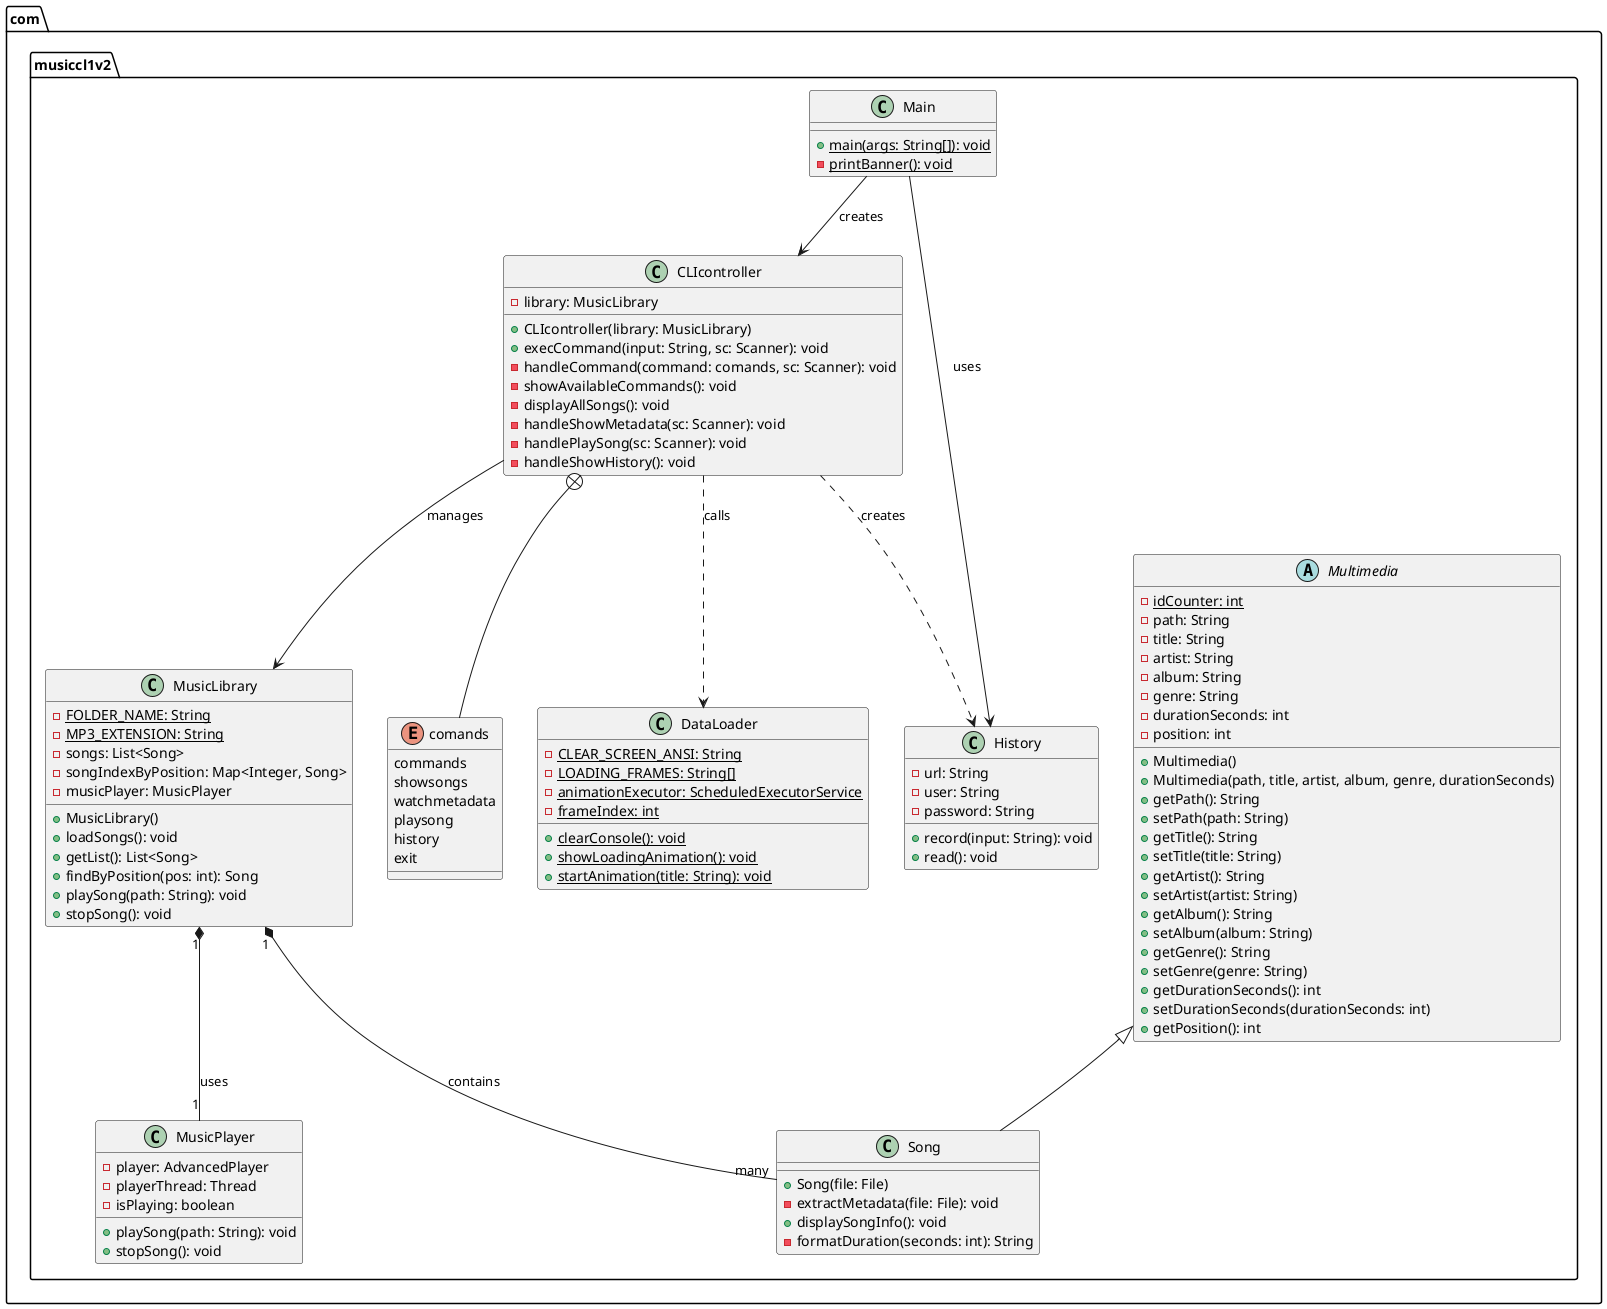
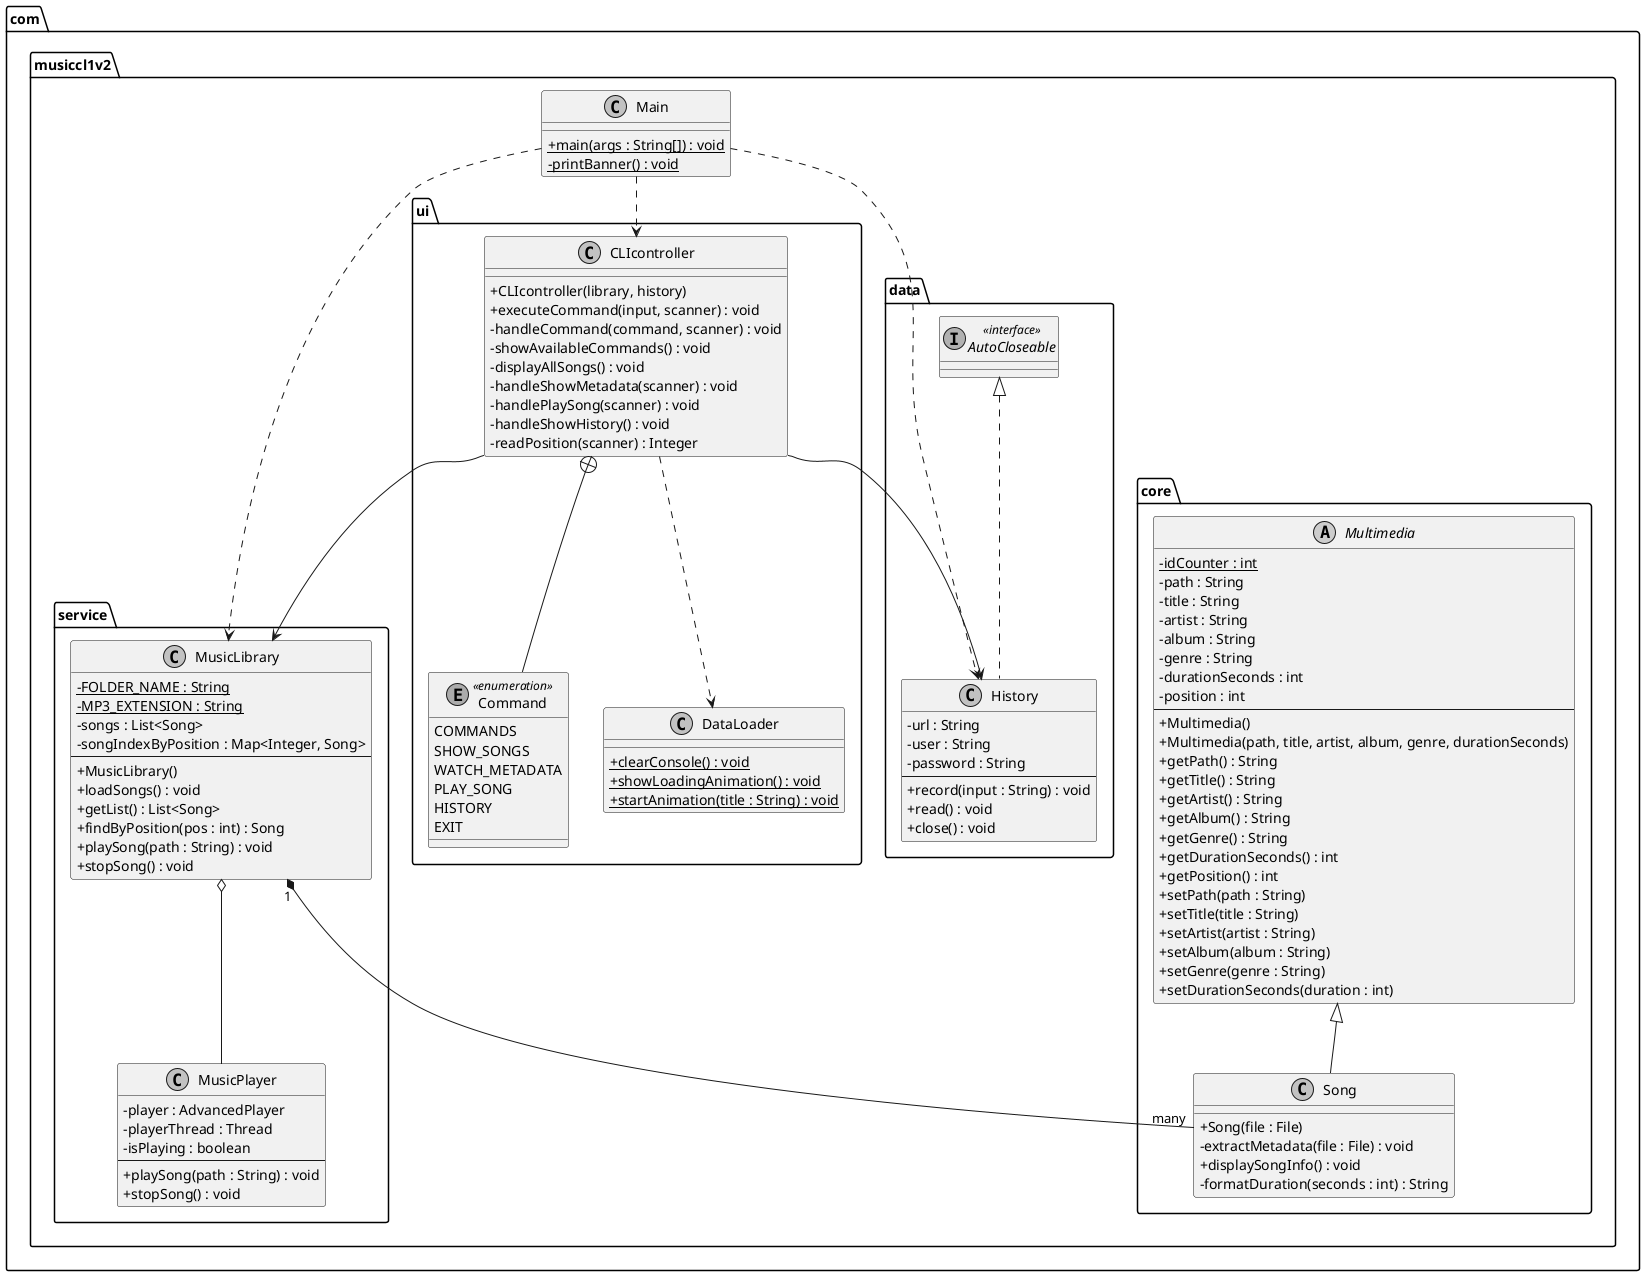
@startuml
- package com.musiccl1v2 {
+ skinparam classAttributeIconSize 0
+ skinparam monochrome true
+ skinparam shadowing false

+ package "com.musiccl1v2.core" {
    abstract class Multimedia {
-         - {static} idCounter: int
-         - path: String
-         - title: String
-         - artist: String
-         - album: String
-         - genre: String
-         - durationSeconds: int
-         - position: int
+         - {static} idCounter : int
+         - path : String
+         - title : String
+         - artist : String
+         - album : String
+         - genre : String
+         - durationSeconds : int
+         - position : int
+         --
        + Multimedia()
        + Multimedia(path, title, artist, album, genre, durationSeconds)
-         + getPath(): String
-         + setPath(path: String)
-         + getTitle(): String
-         + setTitle(title: String)
-         + getArtist(): String
-         + setArtist(artist: String)
-         + getAlbum(): String
-         + setAlbum(album: String)
-         + getGenre(): String
-         + setGenre(genre: String)
-         + getDurationSeconds(): int
-         + setDurationSeconds(durationSeconds: int)
-         + getPosition(): int
+         + getPath() : String
+         + getTitle() : String
+         + getArtist() : String
+         + getAlbum() : String
+         + getGenre() : String
+         + getDurationSeconds() : int
+         + getPosition() : int
+         + setPath(path : String)
+         + setTitle(title : String)
+         + setArtist(artist : String)
+         + setAlbum(album : String)
+         + setGenre(genre : String)
+         + setDurationSeconds(duration : int)
    }

    class Song {
-         + Song(file: File)
-         - extractMetadata(file: File): void
-         + displaySongInfo(): void
-         - formatDuration(seconds: int): String
+         + Song(file : File)
+         - extractMetadata(file : File) : void
+         + displaySongInfo() : void
+         - formatDuration(seconds : int) : String
    }

+     Multimedia <|-- Song
+ }
+ 
+ package "com.musiccl1v2.data" {
+     class History {
+         - url : String
+         - user : String
+         - password : String
+         --
+         + record(input : String) : void
+         + read() : void
+         + close() : void
+     }
+     interface AutoCloseable <<interface>>
+     AutoCloseable <|.. History
+ }
+ 
+ package "com.musiccl1v2.service" {
    class MusicLibrary {
-         - {static} FOLDER_NAME: String
-         - {static} MP3_EXTENSION: String
-         - songs: List<Song>
-         - songIndexByPosition: Map<Integer, Song>
-         - musicPlayer: MusicPlayer
+         - {static} FOLDER_NAME : String
+         - {static} MP3_EXTENSION : String
+         - songs : List<Song>
+         - songIndexByPosition : Map<Integer, Song>
+         --
        + MusicLibrary()
-         + loadSongs(): void
-         + getList(): List<Song>
-         + findByPosition(pos: int): Song
-         + playSong(path: String): void
-         + stopSong(): void
+         + loadSongs() : void
+         + getList() : List<Song>
+         + findByPosition(pos : int) : Song
+         + playSong(path : String) : void
+         + stopSong() : void
    }

    class MusicPlayer {
-         - player: AdvancedPlayer
-         - playerThread: Thread
-         - isPlaying: boolean
-         + playSong(path: String): void
-         + stopSong(): void
+         - player : AdvancedPlayer
+         - playerThread : Thread
+         - isPlaying : boolean
+         --
+         + playSong(path : String) : void
+         + stopSong() : void
    }

+     MusicLibrary o-- MusicPlayer
+     MusicLibrary "1" *-- "many" com.musiccl1v2.core.Song
+ }
+ 
+ package "com.musiccl1v2.ui" {
    class CLIcontroller {
-         - library: MusicLibrary
-         + CLIcontroller(library: MusicLibrary)
-         + execCommand(input: String, sc: Scanner): void
-         - handleCommand(command: comands, sc: Scanner): void
-         - showAvailableCommands(): void
-         - displayAllSongs(): void
-         - handleShowMetadata(sc: Scanner): void
-         - handlePlaySong(sc: Scanner): void
-         - handleShowHistory(): void
+         + CLIcontroller(library, history)
+         + executeCommand(input, scanner) : void
+         - handleCommand(command, scanner) : void
+         - showAvailableCommands() : void
+         - displayAllSongs() : void
+         - handleShowMetadata(scanner) : void
+         - handlePlaySong(scanner) : void
+         - handleShowHistory() : void
+         - readPosition(scanner) : Integer
    }

-     enum comands {
-         commands
-         showsongs
-         watchmetadata
-         playsong
-         history
-         exit
-     }
- 
-     class History {
-         - url: String
-         - user: String
-         - password: String
-         + record(input: String): void
-         + read(): void
+     enum Command <<enumeration>> {
+         COMMANDS
+         SHOW_SONGS
+         WATCH_METADATA
+         PLAY_SONG
+         HISTORY
+         EXIT
    }

    class DataLoader {
-         - {static} CLEAR_SCREEN_ANSI: String
-         - {static} LOADING_FRAMES: String[]
-         - {static} animationExecutor: ScheduledExecutorService
-         - {static} frameIndex: int
-         + {static} clearConsole(): void
-         + {static} showLoadingAnimation(): void
-         + {static} startAnimation(title: String): void
+         + {static} clearConsole() : void
+         + {static} showLoadingAnimation() : void
+         + {static} startAnimation(title : String) : void
    }

+     CLIcontroller +-- Command
+     CLIcontroller --> com.musiccl1v2.service.MusicLibrary
+     CLIcontroller --> com.musiccl1v2.data.History
+     CLIcontroller ..> DataLoader
+ }
+ 
+ package "com.musiccl1v2" {
    class Main {
-         + {static} main(args: String[]): void
-         - {static} printBanner(): void
+         + {static} main(args : String[]) : void
+         - {static} printBanner() : void
    }

-     ' Relationships
-     Multimedia <|-- Song
-     MusicLibrary "1" *-- "many" Song : contains
-     MusicLibrary "1" *-- "1" MusicPlayer : uses
-     CLIcontroller --> MusicLibrary : manages
-     CLIcontroller +-- comands
-     Main --> CLIcontroller : creates
-     Main --> History : uses
-     CLIcontroller ..> DataLoader : calls
-     CLIcontroller ..> History : creates
+     Main ..> com.musiccl1v2.ui.CLIcontroller
+     Main ..> com.musiccl1v2.service.MusicLibrary
+     Main ..> com.musiccl1v2.data.History
}
+ 
@enduml